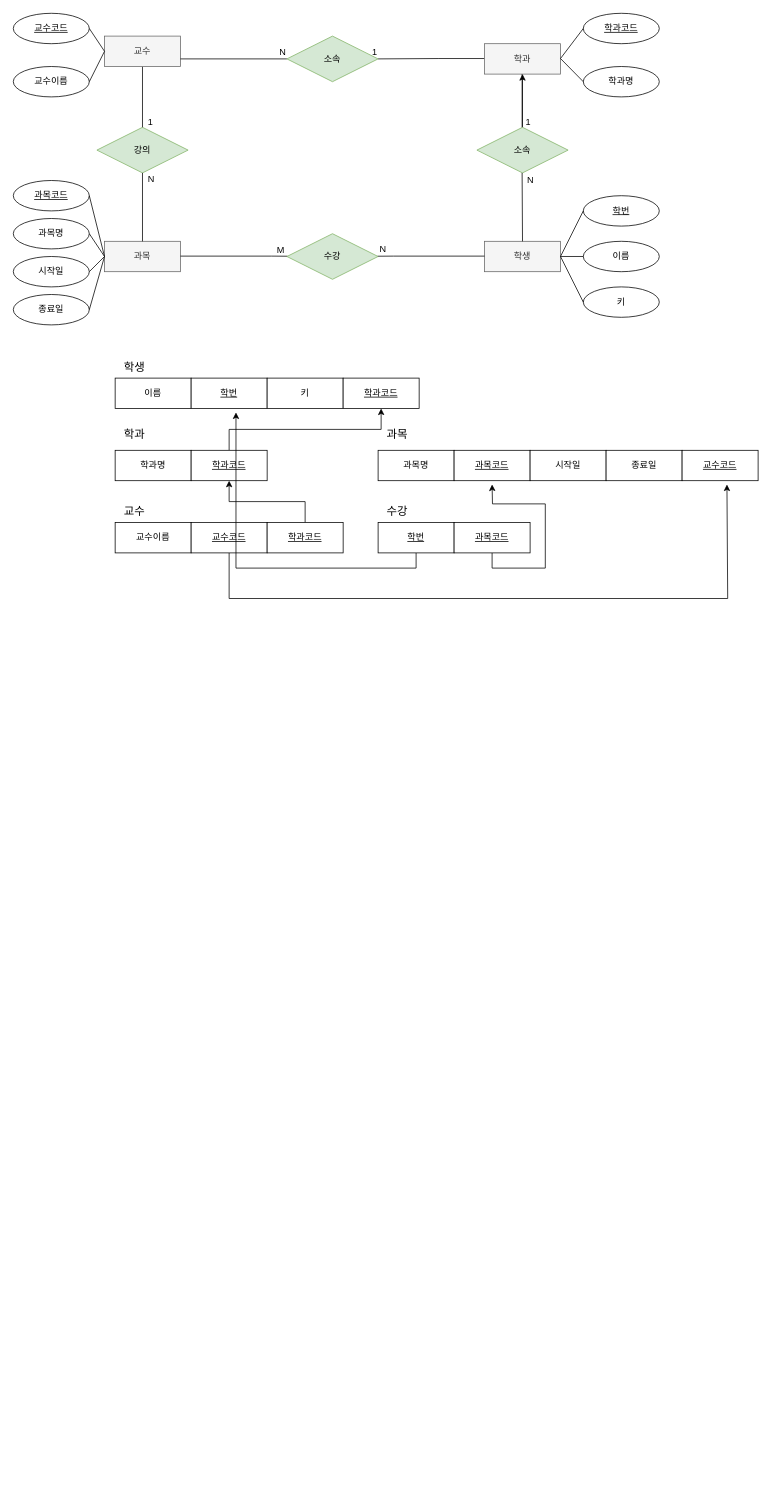
This is 제목 없는 다이어그램.drawio from pshqtg/leetcode, a draw.io file, before an edit. Source tidied: cells renumbered, new cells numbered last; positions are measured from the earlier drawing's top-left corner, leaving out a move shared by most shapes. Both pictures are drawn from the tidied source at 76%, with x=0, y=0 at pixel (13, 13).
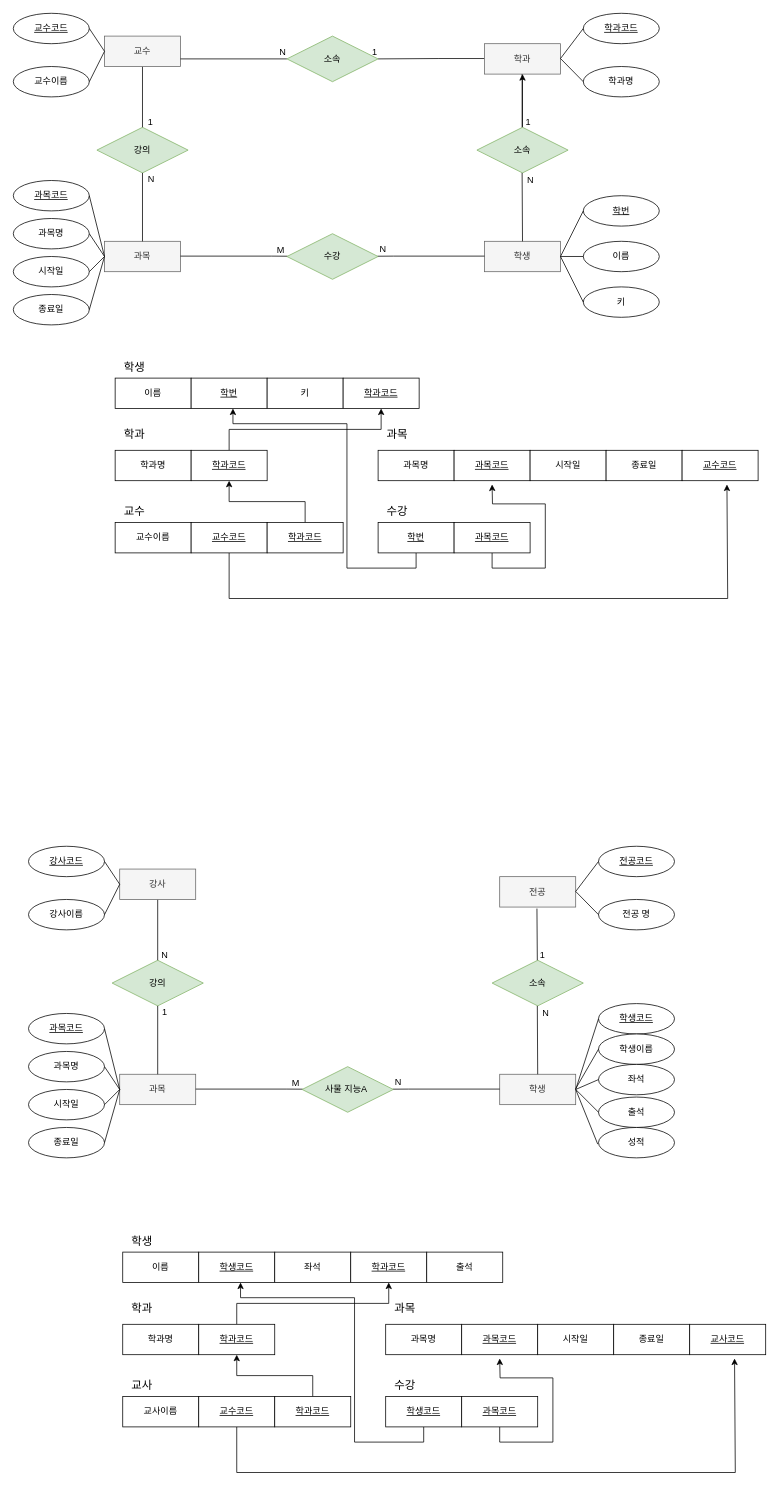
After the change.

Commit message:
제목 없는 다이어그램.drawio 업데이트

The change refers to these unchanged cells:
```xml
<mxCell id="52" value="&lt;u&gt;학번&lt;/u&gt;" style="whiteSpace=wrap;html=1;align=center;" parent="1" vertex="1">
  <mxGeometry x="234" y="480" width="100" height="40" as="geometry" />
</mxCell>
<mxCell id="69" value="&lt;u&gt;학번&lt;/u&gt;" style="whiteSpace=wrap;html=1;align=center;" parent="1" vertex="1">
  <mxGeometry x="480" y="670" width="100" height="40" as="geometry" />
</mxCell>
```

The edit, as a diff of the source:
```diff
@@
-    <mxCell id="68" style="edgeStyle=orthogonalEdgeStyle;rounded=0;jettySize=auto;html=1;exitX=0.5;exitY=1;exitDx=0;exitDy=0;entryX=0.59;entryY=1.13;entryDx=0;entryDy=0;entryPerimeter=0;" parent="1" edge="1" source="69" target="52">
-      <mxGeometry relative="1" as="geometry" />
+    <mxCell id="68" style="edgeStyle=orthogonalEdgeStyle;rounded=0;jettySize=auto;html=1;exitX=0.5;exitY=1;exitDx=0;exitDy=0;" parent="1" edge="1" source="69">
+      <mxGeometry relative="1" as="geometry">
+        <mxPoint x="289" y="520" as="targetPoint" />
+        <Array as="points">
+          <mxPoint x="530" y="730" />
+          <mxPoint x="439" y="730" />
+          <mxPoint x="439" y="540" />
+          <mxPoint x="289" y="540" />
+        </Array>
+      </mxGeometry>
     </mxCell>
@@
+    <mxCell id="77" value="과목" style="whiteSpace=wrap;html=1;align=center;fillColor=#f5f5f5;fontColor=#333333;strokeColor=#666666;" parent="1" vertex="1">
+      <mxGeometry x="140" y="1396" width="100" height="40" as="geometry" />
+    </mxCell>
+    <mxCell id="78" value="학생" style="whiteSpace=wrap;html=1;align=center;fillColor=#f5f5f5;fontColor=#333333;strokeColor=#666666;" parent="1" vertex="1">
+      <mxGeometry x="640" y="1396" width="100" height="40" as="geometry" />
+    </mxCell>
+    <mxCell id="79" style="endArrow=none;html=1;rounded=0;" parent="1" edge="1" source="83">
+      <mxGeometry relative="1" as="geometry">
+        <mxPoint x="520" y="1415.5" as="targetPoint" />
+      </mxGeometry>
+    </mxCell>
+    <mxCell id="80" value="N" style="html=1;whiteSpace=wrap;align=right;verticalAlign=bottom;" parent="79" vertex="1">
+      <mxGeometry x="1" relative="1" as="geometry">
+        <mxPoint x="-8" as="offset" />
+      </mxGeometry>
+    </mxCell>
+    <mxCell id="81" style="endArrow=none;html=1;rounded=0;" parent="1" edge="1" target="83">
+      <mxGeometry relative="1" as="geometry">
+        <mxPoint x="360" y="1415.5" as="sourcePoint" />
+      </mxGeometry>
+    </mxCell>
+    <mxCell id="82" value="M" style="html=1;whiteSpace=wrap;align=left;verticalAlign=bottom;" parent="81" vertex="1">
+      <mxGeometry x="-1" relative="1" as="geometry">
+        <mxPoint x="5" as="offset" />
+      </mxGeometry>
+    </mxCell>
+    <mxCell id="83" value="사물 지능A&amp;nbsp;" style="shape=rhombus;perimeter=rhombusPerimeter;whiteSpace=wrap;html=1;align=center;fillColor=#d5e8d4;strokeColor=#82b366;" parent="1" vertex="1">
+      <mxGeometry x="380" y="1386" width="120" height="60" as="geometry" />
+    </mxCell>
+    <mxCell id="84" style="endArrow=none;html=1;rounded=0;" parent="1" edge="1">
+      <mxGeometry relative="1" as="geometry">
+        <mxPoint x="520" y="1415.5" as="sourcePoint" />
+        <mxPoint x="640" y="1415.5" as="targetPoint" />
+      </mxGeometry>
+    </mxCell>
+    <mxCell id="85" style="endArrow=none;html=1;rounded=0;" parent="1" edge="1">
+      <mxGeometry relative="1" as="geometry">
+        <mxPoint x="240" y="1415.5" as="sourcePoint" />
+        <mxPoint x="360" y="1415.5" as="targetPoint" />
+      </mxGeometry>
+    </mxCell>
+    <mxCell id="86" value="강의" style="shape=rhombus;perimeter=rhombusPerimeter;whiteSpace=wrap;html=1;align=center;fillColor=#d5e8d4;strokeColor=#82b366;" parent="1" vertex="1">
+      <mxGeometry x="130" y="1246" width="120" height="60" as="geometry" />
+    </mxCell>
+    <mxCell id="87" style="endArrow=none;html=1;rounded=0;exitX=0.5;exitY=0;exitDx=0;exitDy=0;entryX=0.5;entryY=1;entryDx=0;entryDy=0;" parent="1" edge="1" source="77" target="86">
+      <mxGeometry relative="1" as="geometry" />
+    </mxCell>
+    <mxCell id="88" value="1" style="html=1;whiteSpace=wrap;align=right;verticalAlign=bottom;" parent="87" vertex="1">
+      <mxGeometry x="1" relative="1" as="geometry">
+        <mxPoint x="14" y="16" as="offset" />
+      </mxGeometry>
+    </mxCell>
+    <mxCell id="89" style="endArrow=none;html=1;rounded=0;entryX=0.5;entryY=0;entryDx=0;entryDy=0;" parent="1" edge="1" target="86">
+      <mxGeometry relative="1" as="geometry">
+        <mxPoint x="190" y="1166" as="sourcePoint" />
+      </mxGeometry>
+    </mxCell>
+    <mxCell id="90" value="N" style="html=1;whiteSpace=wrap;align=right;verticalAlign=bottom;" parent="89" vertex="1">
+      <mxGeometry x="1" relative="1" as="geometry">
+        <mxPoint x="15" y="1" as="offset" />
+      </mxGeometry>
+    </mxCell>
+    <mxCell id="91" value="강사" style="whiteSpace=wrap;html=1;align=center;fillColor=#f5f5f5;fontColor=#333333;strokeColor=#666666;" parent="1" vertex="1">
+      <mxGeometry x="140" y="1126" width="100" height="40" as="geometry" />
+    </mxCell>
+    <mxCell id="92" value="전공" style="whiteSpace=wrap;html=1;align=center;fillColor=#f5f5f5;fontColor=#333333;strokeColor=#666666;" parent="1" vertex="1">
+      <mxGeometry x="640" y="1136" width="100" height="40" as="geometry" />
+    </mxCell>
+    <mxCell id="93" value="소속" style="shape=rhombus;perimeter=rhombusPerimeter;whiteSpace=wrap;html=1;align=center;fillColor=#d5e8d4;strokeColor=#82b366;" parent="1" vertex="1">
+      <mxGeometry x="630" y="1246" width="120" height="60" as="geometry" />
+    </mxCell>
+    <mxCell id="94" style="endArrow=none;html=1;rounded=0;" parent="1" edge="1">
+      <mxGeometry relative="1" as="geometry">
+        <mxPoint x="690" y="1396" as="sourcePoint" />
+        <mxPoint x="689.5" y="1306" as="targetPoint" />
+      </mxGeometry>
+    </mxCell>
+    <mxCell id="95" value="N" style="html=1;whiteSpace=wrap;align=right;verticalAlign=bottom;" parent="94" vertex="1">
+      <mxGeometry x="1" relative="1" as="geometry">
+        <mxPoint x="16" y="18" as="offset" />
+      </mxGeometry>
+    </mxCell>
+    <mxCell id="96" style="endArrow=none;html=1;rounded=0;" parent="1" edge="1">
+      <mxGeometry relative="1" as="geometry">
+        <mxPoint x="689" y="1178" as="sourcePoint" />
+        <mxPoint x="689.5" y="1246" as="targetPoint" />
+      </mxGeometry>
+    </mxCell>
+    <mxCell id="97" value="1" style="html=1;whiteSpace=wrap;align=right;verticalAlign=bottom;" parent="96" vertex="1">
+      <mxGeometry x="1" relative="1" as="geometry">
+        <mxPoint x="12" y="1" as="offset" />
+      </mxGeometry>
+    </mxCell>
+    <mxCell id="98" value="강사코드" style="ellipse;whiteSpace=wrap;html=1;align=center;fontStyle=4;" parent="1" vertex="1">
+      <mxGeometry x="20" y="1096" width="100" height="40" as="geometry" />
+    </mxCell>
+    <mxCell id="99" value="강사이름" style="ellipse;whiteSpace=wrap;html=1;align=center;" parent="1" vertex="1">
+      <mxGeometry x="20" y="1166" width="100" height="40" as="geometry" />
+    </mxCell>
+    <mxCell id="100" style="endArrow=none;html=1;rounded=0;entryX=0;entryY=0.5;entryDx=0;entryDy=0;" parent="1" edge="1" target="91">
+      <mxGeometry relative="1" as="geometry">
+        <mxPoint x="120" y="1186" as="sourcePoint" />
+      </mxGeometry>
+    </mxCell>
+    <mxCell id="101" style="endArrow=none;html=1;rounded=0;entryX=0;entryY=0.5;entryDx=0;entryDy=0;exitX=1;exitY=0.5;exitDx=0;exitDy=0;" parent="1" edge="1" source="98" target="91">
+      <mxGeometry relative="1" as="geometry" />
+    </mxCell>
+    <mxCell id="102" value="과목코드" style="ellipse;whiteSpace=wrap;html=1;align=center;fontStyle=4;" parent="1" vertex="1">
+      <mxGeometry x="20" y="1316" width="100" height="40" as="geometry" />
+    </mxCell>
+    <mxCell id="103" value="과목명" style="ellipse;whiteSpace=wrap;html=1;align=center;" parent="1" vertex="1">
+      <mxGeometry x="20" y="1366" width="100" height="40" as="geometry" />
+    </mxCell>
+    <mxCell id="104" value="종료일" style="ellipse;whiteSpace=wrap;html=1;align=center;" parent="1" vertex="1">
+      <mxGeometry x="20" y="1466" width="100" height="40" as="geometry" />
+    </mxCell>
+    <mxCell id="105" value="시작일" style="ellipse;whiteSpace=wrap;html=1;align=center;" parent="1" vertex="1">
+      <mxGeometry x="20" y="1416" width="100" height="40" as="geometry" />
+    </mxCell>
+    <mxCell id="106" style="endArrow=none;html=1;rounded=0;exitX=1;exitY=0.5;exitDx=0;exitDy=0;" parent="1" edge="1" source="102">
+      <mxGeometry relative="1" as="geometry">
+        <mxPoint x="140" y="1416" as="targetPoint" />
+      </mxGeometry>
+    </mxCell>
+    <mxCell id="107" style="endArrow=none;html=1;rounded=0;entryX=0;entryY=0.5;entryDx=0;entryDy=0;exitX=1;exitY=0.5;exitDx=0;exitDy=0;" parent="1" edge="1" source="103" target="77">
+      <mxGeometry relative="1" as="geometry" />
+    </mxCell>
+    <mxCell id="108" style="endArrow=none;html=1;rounded=0;exitX=1;exitY=0.5;exitDx=0;exitDy=0;" parent="1" edge="1" source="105">
+      <mxGeometry relative="1" as="geometry">
+        <mxPoint x="140" y="1416" as="targetPoint" />
+      </mxGeometry>
+    </mxCell>
+    <mxCell id="109" style="endArrow=none;html=1;rounded=0;entryX=0;entryY=0.5;entryDx=0;entryDy=0;exitX=1;exitY=0.5;exitDx=0;exitDy=0;" parent="1" edge="1" source="104" target="77">
+      <mxGeometry relative="1" as="geometry" />
+    </mxCell>
+    <mxCell id="110" value="전공 명" style="ellipse;whiteSpace=wrap;html=1;align=center;" parent="1" vertex="1">
+      <mxGeometry x="770" y="1166" width="100" height="40" as="geometry" />
+    </mxCell>
+    <mxCell id="111" value="학생코드" style="ellipse;whiteSpace=wrap;html=1;align=center;fontStyle=4;" parent="1" vertex="1">
+      <mxGeometry x="770" y="1303" width="100" height="40" as="geometry" />
+    </mxCell>
+    <mxCell id="112" value="전공코드" style="ellipse;whiteSpace=wrap;html=1;align=center;fontStyle=4;" parent="1" vertex="1">
+      <mxGeometry x="770" y="1096" width="100" height="40" as="geometry" />
+    </mxCell>
+    <mxCell id="113" style="endArrow=none;html=1;rounded=0;entryX=0;entryY=0.5;entryDx=0;entryDy=0;" parent="1" edge="1" target="112">
+      <mxGeometry relative="1" as="geometry">
+        <mxPoint x="740" y="1155.5" as="sourcePoint" />
+      </mxGeometry>
+    </mxCell>
+    <mxCell id="114" style="endArrow=none;html=1;rounded=0;entryX=0;entryY=0.5;entryDx=0;entryDy=0;" parent="1" edge="1" target="110">
+      <mxGeometry relative="1" as="geometry">
+        <mxPoint x="740" y="1155.5" as="sourcePoint" />
+      </mxGeometry>
+    </mxCell>
+    <mxCell id="115" value="학생이름" style="ellipse;whiteSpace=wrap;html=1;align=center;" parent="1" vertex="1">
+      <mxGeometry x="770" y="1343" width="100" height="40" as="geometry" />
+    </mxCell>
+    <mxCell id="116" value="좌석" style="ellipse;whiteSpace=wrap;html=1;align=center;" parent="1" vertex="1">
+      <mxGeometry x="770" y="1383" width="100" height="40" as="geometry" />
+    </mxCell>
+    <mxCell id="117" style="endArrow=none;html=1;rounded=0;entryX=0;entryY=0.5;entryDx=0;entryDy=0;" parent="1" edge="1" target="111">
+      <mxGeometry relative="1" as="geometry">
+        <mxPoint x="740" y="1416" as="sourcePoint" />
+      </mxGeometry>
+    </mxCell>
+    <mxCell id="118" style="endArrow=none;html=1;rounded=0;entryX=0;entryY=0.5;entryDx=0;entryDy=0;" parent="1" edge="1" target="116">
+      <mxGeometry relative="1" as="geometry">
+        <mxPoint x="740" y="1416" as="sourcePoint" />
+      </mxGeometry>
+    </mxCell>
+    <mxCell id="119" style="endArrow=none;html=1;rounded=0;entryX=0;entryY=0.5;entryDx=0;entryDy=0;" parent="1" edge="1" target="115">
+      <mxGeometry relative="1" as="geometry">
+        <mxPoint x="740" y="1415" as="sourcePoint" />
+      </mxGeometry>
+    </mxCell>
+    <mxCell id="120" value="출석" style="ellipse;whiteSpace=wrap;html=1;align=center;" parent="1" vertex="1">
+      <mxGeometry x="770" y="1426" width="100" height="40" as="geometry" />
+    </mxCell>
+    <mxCell id="121" value="성적" style="ellipse;whiteSpace=wrap;html=1;align=center;" parent="1" vertex="1">
+      <mxGeometry x="770" y="1466" width="100" height="40" as="geometry" />
+    </mxCell>
+    <mxCell id="122" style="endArrow=none;html=1;rounded=0;entryX=0;entryY=0.5;entryDx=0;entryDy=0;exitX=1;exitY=0.5;exitDx=0;exitDy=0;" parent="1" edge="1" source="78" target="120">
+      <mxGeometry relative="1" as="geometry" />
+    </mxCell>
+    <mxCell id="123" style="endArrow=none;html=1;rounded=0;exitX=1;exitY=0.5;exitDx=0;exitDy=0;" parent="1" edge="1" source="78">
+      <mxGeometry relative="1" as="geometry">
+        <mxPoint x="769" y="1488" as="targetPoint" />
+      </mxGeometry>
+    </mxCell>
+    <mxCell id="124" value="이름" style="whiteSpace=wrap;html=1;align=center;" parent="1" vertex="1">
+      <mxGeometry x="144" y="1630" width="100" height="40" as="geometry" />
+    </mxCell>
+    <mxCell id="125" value="&lt;u&gt;학생코드&lt;/u&gt;" style="whiteSpace=wrap;html=1;align=center;" parent="1" vertex="1">
+      <mxGeometry x="244" y="1630" width="100" height="40" as="geometry" />
+    </mxCell>
+    <mxCell id="126" value="좌석" style="whiteSpace=wrap;html=1;align=center;" parent="1" vertex="1">
+      <mxGeometry x="344" y="1630" width="100" height="40" as="geometry" />
+    </mxCell>
+    <mxCell id="127" value="&lt;font style=&quot;font-size: 15px;&quot;&gt;학생&lt;/font&gt;" style="text;html=1;align=center;verticalAlign=middle;strokeColor=none;fillColor=none;" parent="1" vertex="1">
+      <mxGeometry x="144" y="1600" width="50" height="30" as="geometry" />
+    </mxCell>
+    <mxCell id="128" value="학과명" style="whiteSpace=wrap;html=1;align=center;" parent="1" vertex="1">
+      <mxGeometry x="144" y="1725" width="100" height="40" as="geometry" />
+    </mxCell>
+    <mxCell id="129" style="edgeStyle=orthogonalEdgeStyle;rounded=0;jettySize=auto;html=1;exitX=0.5;exitY=0;exitDx=0;exitDy=0;entryX=0.5;entryY=1;entryDx=0;entryDy=0;" parent="1" edge="1" source="130" target="149">
+      <mxGeometry relative="1" as="geometry" />
+    </mxCell>
+    <mxCell id="130" value="&lt;u&gt;학과코드&lt;/u&gt;" style="whiteSpace=wrap;html=1;align=center;" parent="1" vertex="1">
+      <mxGeometry x="244" y="1725" width="100" height="40" as="geometry" />
+    </mxCell>
+    <mxCell id="131" value="과목명" style="whiteSpace=wrap;html=1;align=center;" parent="1" vertex="1">
+      <mxGeometry x="490" y="1725" width="100" height="40" as="geometry" />
+    </mxCell>
+    <mxCell id="132" value="&lt;u&gt;과목코드&lt;/u&gt;" style="whiteSpace=wrap;html=1;align=center;" parent="1" vertex="1">
+      <mxGeometry x="590" y="1725" width="100" height="40" as="geometry" />
+    </mxCell>
+    <mxCell id="133" value="시작일" style="whiteSpace=wrap;html=1;align=center;" parent="1" vertex="1">
+      <mxGeometry x="690" y="1725" width="100" height="40" as="geometry" />
+    </mxCell>
+    <mxCell id="134" value="종료일" style="whiteSpace=wrap;html=1;align=center;" parent="1" vertex="1">
+      <mxGeometry x="790" y="1725" width="100" height="40" as="geometry" />
+    </mxCell>
+    <mxCell id="135" value="&lt;font style=&quot;font-size: 15px;&quot;&gt;학과&lt;/font&gt;" style="text;html=1;align=center;verticalAlign=middle;strokeColor=none;fillColor=none;" parent="1" vertex="1">
+      <mxGeometry x="144" y="1688" width="50" height="30" as="geometry" />
+    </mxCell>
+    <mxCell id="136" value="&lt;font style=&quot;font-size: 15px;&quot;&gt;과목&lt;/font&gt;" style="text;html=1;align=center;verticalAlign=middle;strokeColor=none;fillColor=none;" parent="1" vertex="1">
+      <mxGeometry x="490" y="1688" width="50" height="30" as="geometry" />
+    </mxCell>
+    <mxCell id="137" value="교사이름" style="whiteSpace=wrap;html=1;align=center;" parent="1" vertex="1">
+      <mxGeometry x="144" y="1820" width="100" height="40" as="geometry" />
+    </mxCell>
+    <mxCell id="138" style="edgeStyle=orthogonalEdgeStyle;rounded=0;jettySize=auto;html=1;exitX=0.5;exitY=1;exitDx=0;exitDy=0;" parent="1" edge="1" source="139">
+      <mxGeometry relative="1" as="geometry">
+        <mxPoint x="949" y="1770" as="targetPoint" />
+        <Array as="points">
+          <mxPoint x="294" y="1920" />
+          <mxPoint x="950" y="1920" />
+        </Array>
+      </mxGeometry>
+    </mxCell>
+    <mxCell id="139" value="&lt;u&gt;교수코드&lt;/u&gt;" style="whiteSpace=wrap;html=1;align=center;" parent="1" vertex="1">
+      <mxGeometry x="244" y="1820" width="100" height="40" as="geometry" />
+    </mxCell>
+    <mxCell id="140" value="&lt;font style=&quot;font-size: 15px;&quot;&gt;교사&lt;/font&gt;" style="text;html=1;align=center;verticalAlign=middle;strokeColor=none;fillColor=none;" parent="1" vertex="1">
+      <mxGeometry x="144" y="1790" width="50" height="30" as="geometry" />
+    </mxCell>
+    <mxCell id="141" style="edgeStyle=orthogonalEdgeStyle;rounded=0;jettySize=auto;html=1;exitX=0.5;exitY=1;exitDx=0;exitDy=0;" parent="1" edge="1" source="142">
+      <mxGeometry relative="1" as="geometry">
+        <mxPoint x="299" y="1670" as="targetPoint" />
+        <Array as="points">
+          <mxPoint x="540" y="1880" />
+          <mxPoint x="449" y="1880" />
+          <mxPoint x="449" y="1690" />
+          <mxPoint x="299" y="1690" />
+        </Array>
+      </mxGeometry>
+    </mxCell>
+    <mxCell id="142" value="&lt;u&gt;학생코드&lt;/u&gt;" style="whiteSpace=wrap;html=1;align=center;" parent="1" vertex="1">
+      <mxGeometry x="490" y="1820" width="100" height="40" as="geometry" />
+    </mxCell>
+    <mxCell id="143" style="edgeStyle=orthogonalEdgeStyle;rounded=0;jettySize=auto;html=1;exitX=0.5;exitY=1;exitDx=0;exitDy=0;" parent="1" edge="1" source="144">
+      <mxGeometry relative="1" as="geometry">
+        <mxPoint x="640" y="1770" as="targetPoint" />
+      </mxGeometry>
+    </mxCell>
+    <mxCell id="144" value="&lt;u&gt;과목코드&lt;/u&gt;" style="whiteSpace=wrap;html=1;align=center;" parent="1" vertex="1">
+      <mxGeometry x="590" y="1820" width="100" height="40" as="geometry" />
+    </mxCell>
+    <mxCell id="145" value="&lt;span style=&quot;font-size: 15px;&quot;&gt;수강&lt;/span&gt;" style="text;html=1;align=center;verticalAlign=middle;strokeColor=none;fillColor=none;" parent="1" vertex="1">
+      <mxGeometry x="490" y="1790" width="50" height="30" as="geometry" />
+    </mxCell>
+    <mxCell id="146" value="&lt;u&gt;교사코드&lt;/u&gt;" style="whiteSpace=wrap;html=1;align=center;" parent="1" vertex="1">
+      <mxGeometry x="890" y="1725" width="100" height="40" as="geometry" />
+    </mxCell>
+    <mxCell id="147" style="edgeStyle=orthogonalEdgeStyle;rounded=0;jettySize=auto;html=1;exitX=0.5;exitY=0;exitDx=0;exitDy=0;entryX=0.5;entryY=1;entryDx=0;entryDy=0;" parent="1" edge="1" source="148" target="130">
+      <mxGeometry relative="1" as="geometry" />
+    </mxCell>
+    <mxCell id="148" value="&lt;u&gt;학과코드&lt;/u&gt;" style="whiteSpace=wrap;html=1;align=center;" parent="1" vertex="1">
+      <mxGeometry x="344" y="1820" width="100" height="40" as="geometry" />
+    </mxCell>
+    <mxCell id="149" value="&lt;u&gt;학과코드&lt;/u&gt;" style="whiteSpace=wrap;html=1;align=center;" parent="1" vertex="1">
+      <mxGeometry x="444" y="1630" width="100" height="40" as="geometry" />
+    </mxCell>
+    <mxCell id="150" value="출석" style="whiteSpace=wrap;html=1;align=center;" parent="1" vertex="1">
+      <mxGeometry x="544" y="1630" width="100" height="40" as="geometry" />
+    </mxCell>
```
